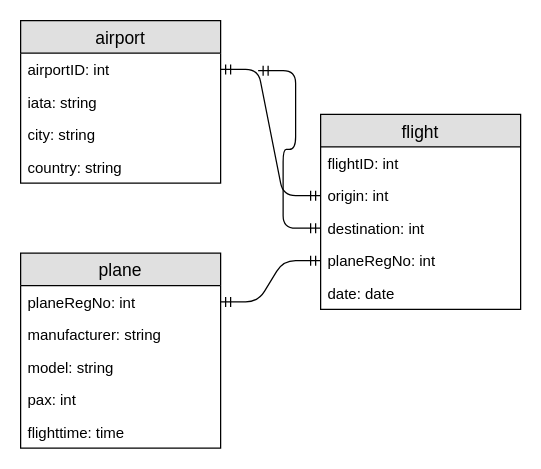
aphatcodefactory/FSWD70-SQL-DAY02-Acilio-Andreas-Mathias keeps this draw.io diagram as AirlineHenkasFlights.drawio. Above is the earlier version. Source tidied: cells renumbered, new cells numbered last; positions are measured from the earlier drawing's top-left corner, leaving out a move shared by most shapes. Both pictures are drawn from the tidied source at 125%, with x=0, y=0 at pixel (20, 20).
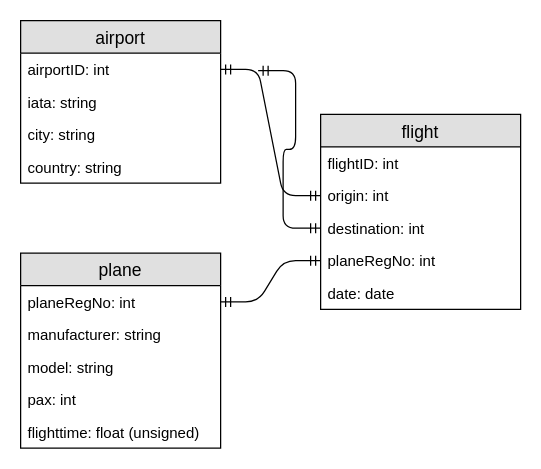
Above is the later version.

The change refers to these unchanged cells:
```xml
<mxCell id="13" value="plane" style="swimlane;fontStyle=0;horizontal=1;startSize=26;fillColor=#e0e0e0;swimlaneFillColor=#ffffff;align=center;fontSize=14;" parent="1" vertex="1">
  <mxGeometry y="186" width="160" height="156" as="geometry" />
</mxCell>
```

Diff of the diagram source:
```diff
@@
-    <mxCell id="18" value="flighttime: time" style="text;strokeColor=none;fillColor=none;spacingLeft=4;spacingRight=4;overflow=hidden;fontSize=12;" parent="13" vertex="1">
+    <mxCell id="18" value="flighttime: float (unsigned)" style="text;strokeColor=none;fillColor=none;spacingLeft=4;spacingRight=4;overflow=hidden;fontSize=12;" parent="13" vertex="1">
       <mxGeometry y="130" width="160" height="26" as="geometry" />
     </mxCell>
```
